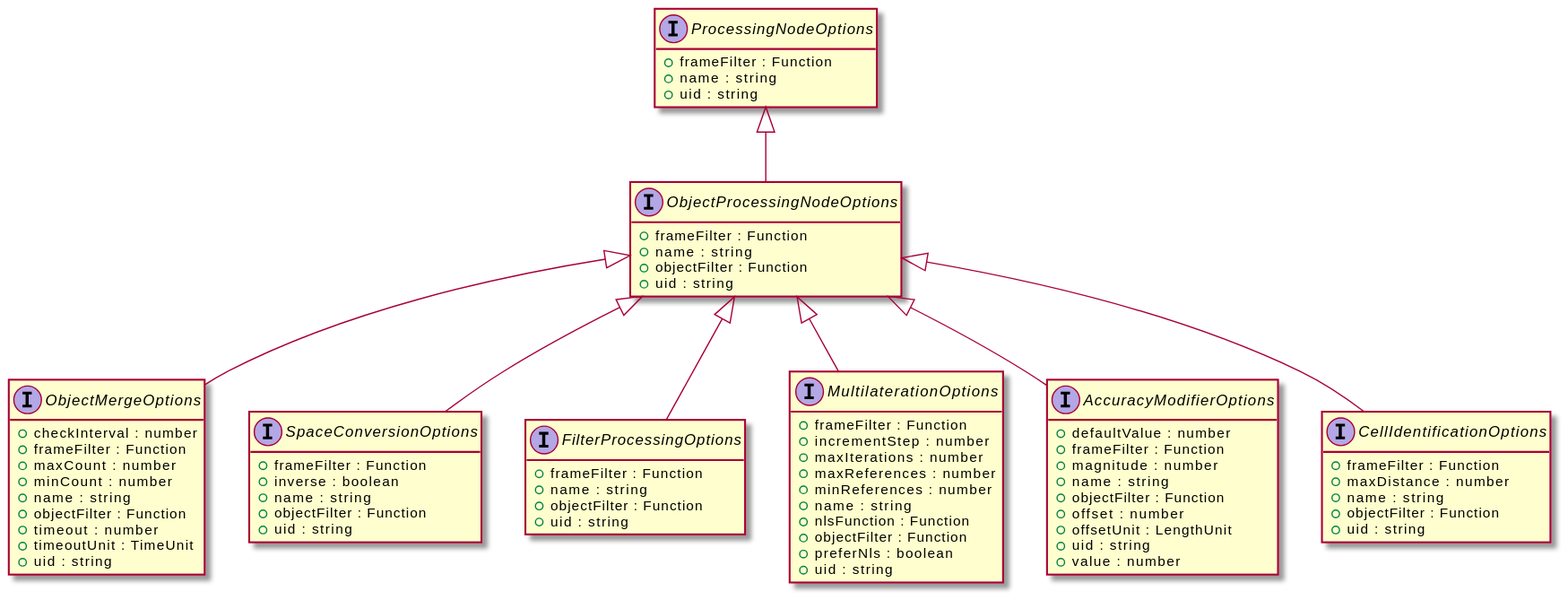
The PlantUML diagram assets/ObjectProcessingNodeOptions-umlClassDiagram-15383.svg in OpenHPS/openhps-core, before a commit. Source of this version:
```plantuml
@startuml
skinparam BackgroundColor transparent
hide empty methods
hide empty fields
interface "ObjectProcessingNodeOptions" {
    +frameFilter : Function
    +name : string
    +objectFilter : Function
    +uid : string
}
interface "ProcessingNodeOptions" {
    +frameFilter : Function
    +name : string
    +uid : string
}
"ProcessingNodeOptions" <|-- "ObjectProcessingNodeOptions"
interface "ObjectMergeOptions" {
    +checkInterval : number
    +frameFilter : Function
    +maxCount : number
    +minCount : number
    +name : string
    +objectFilter : Function
    +timeout : number
    +timeoutUnit : TimeUnit
    +uid : string
}
"ObjectProcessingNodeOptions" <|-- "ObjectMergeOptions"
interface "SpaceConversionOptions" {
    +frameFilter : Function
    +inverse : boolean
    +name : string
    +objectFilter : Function
    +uid : string
}
"ObjectProcessingNodeOptions" <|-- "SpaceConversionOptions"
interface "FilterProcessingOptions" {
    +frameFilter : Function
    +name : string
    +objectFilter : Function
    +uid : string
}
"ObjectProcessingNodeOptions" <|-- "FilterProcessingOptions"
interface "MultilaterationOptions" {
    +frameFilter : Function
    +incrementStep : number
    +maxIterations : number
    +maxReferences : number
    +minReferences : number
    +name : string
    +nlsFunction : Function
    +objectFilter : Function
    +preferNls : boolean
    +uid : string
}
"ObjectProcessingNodeOptions" <|-- "MultilaterationOptions"
interface "AccuracyModifierOptions" {
    +defaultValue : number
    +frameFilter : Function
    +magnitude : number
    +name : string
    +objectFilter : Function
    +offset : number
    +offsetUnit : LengthUnit
    +uid : string
    +value : number
}
"ObjectProcessingNodeOptions" <|-- "AccuracyModifierOptions"
interface "CellIdentificationOptions" {
    +frameFilter : Function
    +maxDistance : number
    +name : string
    +objectFilter : Function
    +uid : string
}
"ObjectProcessingNodeOptions" <|-- "CellIdentificationOptions"
@enduml
```
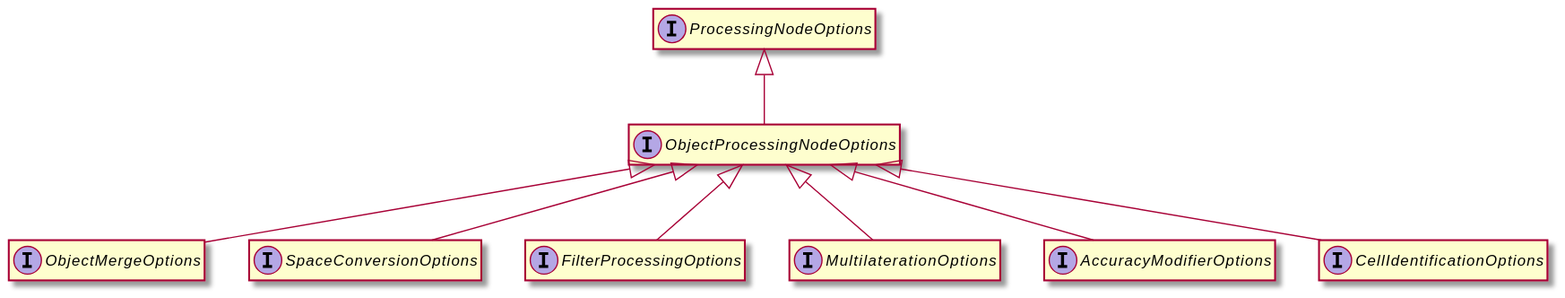
After the commit.

Diff of the diagram source:
```diff
@@ -3,75 +3,26 @@
 hide empty methods
 hide empty fields
 interface "ObjectProcessingNodeOptions" {
-    +frameFilter : Function
-    +name : string
-    +objectFilter : Function
-    +uid : string
 }
 interface "ProcessingNodeOptions" {
-    +frameFilter : Function
-    +name : string
-    +uid : string
 }
 "ProcessingNodeOptions" <|-- "ObjectProcessingNodeOptions"
 interface "ObjectMergeOptions" {
-    +checkInterval : number
-    +frameFilter : Function
-    +maxCount : number
-    +minCount : number
-    +name : string
-    +objectFilter : Function
-    +timeout : number
-    +timeoutUnit : TimeUnit
-    +uid : string
 }
 "ObjectProcessingNodeOptions" <|-- "ObjectMergeOptions"
 interface "SpaceConversionOptions" {
-    +frameFilter : Function
-    +inverse : boolean
-    +name : string
-    +objectFilter : Function
-    +uid : string
 }
 "ObjectProcessingNodeOptions" <|-- "SpaceConversionOptions"
 interface "FilterProcessingOptions" {
-    +frameFilter : Function
-    +name : string
-    +objectFilter : Function
-    +uid : string
 }
 "ObjectProcessingNodeOptions" <|-- "FilterProcessingOptions"
 interface "MultilaterationOptions" {
-    +frameFilter : Function
-    +incrementStep : number
-    +maxIterations : number
-    +maxReferences : number
-    +minReferences : number
-    +name : string
-    +nlsFunction : Function
-    +objectFilter : Function
-    +preferNls : boolean
-    +uid : string
 }
 "ObjectProcessingNodeOptions" <|-- "MultilaterationOptions"
 interface "AccuracyModifierOptions" {
-    +defaultValue : number
-    +frameFilter : Function
-    +magnitude : number
-    +name : string
-    +objectFilter : Function
-    +offset : number
-    +offsetUnit : LengthUnit
-    +uid : string
-    +value : number
 }
 "ObjectProcessingNodeOptions" <|-- "AccuracyModifierOptions"
 interface "CellIdentificationOptions" {
-    +frameFilter : Function
-    +maxDistance : number
-    +name : string
-    +objectFilter : Function
-    +uid : string
 }
 "ObjectProcessingNodeOptions" <|-- "CellIdentificationOptions"
 @enduml
```
